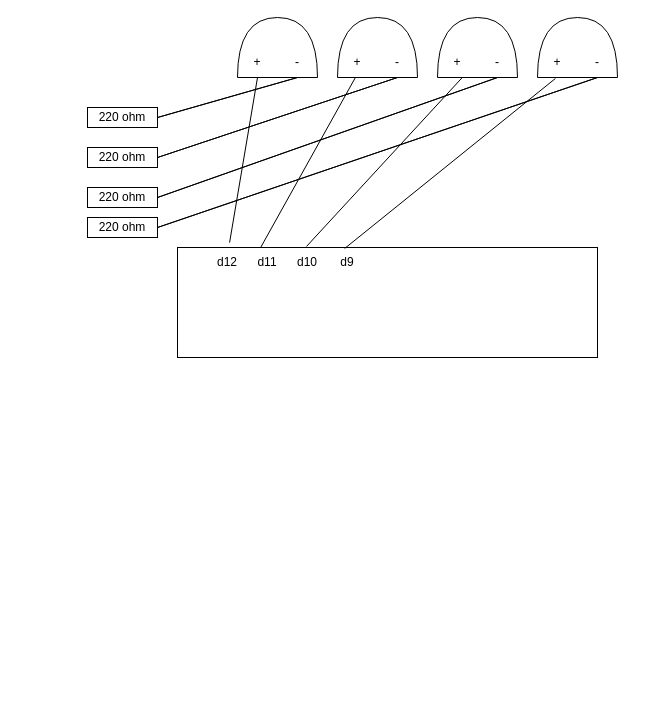
Before: stap 1 circuit/schakeling.drawio in emmaus-5v/arduino-5vc-fabian-david, a draw.io diagram. Source tidied: cells renumbered, new cells numbered last; positions are measured from the earlier drawing's top-left corner, leaving out a move shared by most shapes. Both pictures are drawn from the tidied source at 100%, with x=0, y=0 at pixel (87, 7).
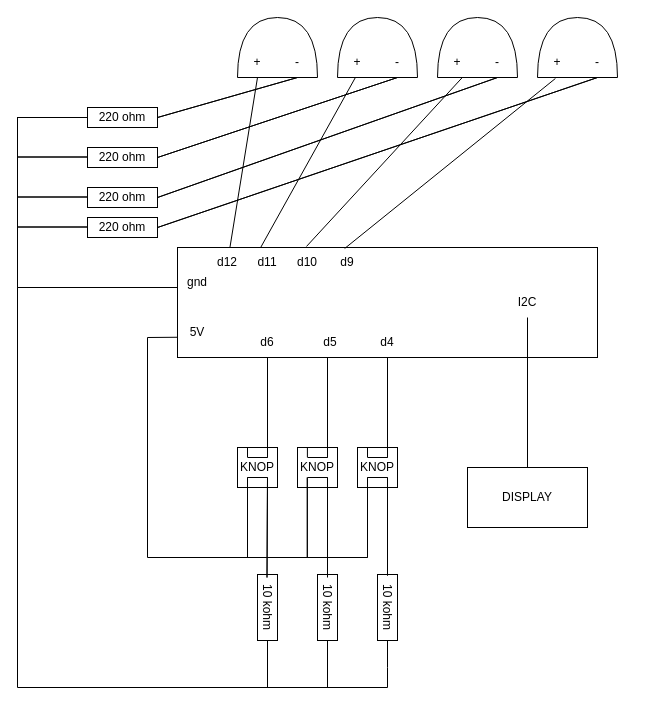
The same page after the edit.

The change refers to these unchanged cells:
```xml
<mxCell id="2" style="rounded=0;whiteSpace=wrap;html=1;" parent="1" vertex="1">
  <mxGeometry x="90" y="240" width="420" height="110" as="geometry" />
</mxCell>
<mxCell id="3" style="shape=or;whiteSpace=wrap;html=1;rotation=-90;" parent="1" vertex="1">
  <mxGeometry x="160" width="60" height="80" as="geometry" />
</mxCell>
<mxCell id="5" value="d12&lt;br&gt;" style="text;html=1;strokeColor=none;fillColor=none;align=center;verticalAlign=middle;whiteSpace=wrap;rounded=0;" parent="1" vertex="1">
  <mxGeometry x="110" y="240" width="60" height="30" as="geometry" />
</mxCell>
```

The edit, as a diff of the source:
```diff
@@
-    <mxCell id="4" style="endArrow=none;html=1;rounded=0;entryX=0;entryY=0.25;entryDx=0;entryDy=0;entryPerimeter=0;exitX=0.124;exitY=-0.045;exitDx=0;exitDy=0;exitPerimeter=0;" parent="1" edge="1" source="2" target="3">
+    <mxCell id="4" style="endArrow=none;html=1;rounded=0;entryX=0;entryY=0.25;entryDx=0;entryDy=0;entryPerimeter=0;" parent="1" edge="1" source="5" target="3">
       <mxGeometry relative="1" as="geometry" />
     </mxCell>
@@
+    <mxCell id="31" style="endArrow=none;html=1;rounded=0;entryX=1;entryY=1;entryDx=0;entryDy=0;exitX=0;exitY=0.75;exitDx=0;exitDy=0;exitPerimeter=0;" parent="1" edge="1">
+      <mxGeometry relative="1" as="geometry">
+        <mxPoint y="110" as="sourcePoint" />
+        <mxPoint y="110" as="targetPoint" />
+        <Array as="points">
+          <mxPoint x="-70" y="110" />
+        </Array>
+      </mxGeometry>
+    </mxCell>
+    <mxCell id="32" style="endArrow=none;html=1;rounded=0;entryX=1;entryY=1;entryDx=0;entryDy=0;exitX=0;exitY=0.75;exitDx=0;exitDy=0;exitPerimeter=0;" parent="1" edge="1">
+      <mxGeometry relative="1" as="geometry">
+        <mxPoint y="149.5" as="sourcePoint" />
+        <mxPoint y="149.5" as="targetPoint" />
+        <Array as="points">
+          <mxPoint x="-70" y="149.5" />
+        </Array>
+      </mxGeometry>
+    </mxCell>
+    <mxCell id="33" style="endArrow=none;html=1;rounded=0;entryX=1;entryY=1;entryDx=0;entryDy=0;exitX=0;exitY=0.75;exitDx=0;exitDy=0;exitPerimeter=0;" parent="1" edge="1">
+      <mxGeometry relative="1" as="geometry">
+        <mxPoint y="189.5" as="sourcePoint" />
+        <mxPoint y="189.5" as="targetPoint" />
+        <Array as="points">
+          <mxPoint x="-70" y="189.5" />
+        </Array>
+      </mxGeometry>
+    </mxCell>
+    <mxCell id="34" style="endArrow=none;html=1;rounded=0;entryX=1;entryY=1;entryDx=0;entryDy=0;exitX=0;exitY=0.75;exitDx=0;exitDy=0;exitPerimeter=0;" parent="1" edge="1">
+      <mxGeometry relative="1" as="geometry">
+        <mxPoint y="219.5" as="sourcePoint" />
+        <mxPoint y="219.5" as="targetPoint" />
+        <Array as="points">
+          <mxPoint x="-70" y="219.5" />
+        </Array>
+      </mxGeometry>
+    </mxCell>
+    <mxCell id="35" style="endArrow=none;html=1;rounded=0;entryX=1;entryY=1;entryDx=0;entryDy=0;exitX=0;exitY=0.75;exitDx=0;exitDy=0;exitPerimeter=0;" parent="1" edge="1">
+      <mxGeometry relative="1" as="geometry">
+        <mxPoint x="-70" y="109.5" as="sourcePoint" />
+        <mxPoint x="-70" y="109.5" as="targetPoint" />
+        <Array as="points">
+          <mxPoint x="-70" y="280" />
+        </Array>
+      </mxGeometry>
+    </mxCell>
+    <mxCell id="36" style="endArrow=none;html=1;rounded=0;entryX=1;entryY=1;entryDx=0;entryDy=0;exitX=0;exitY=0.75;exitDx=0;exitDy=0;exitPerimeter=0;" parent="1" edge="1">
+      <mxGeometry relative="1" as="geometry">
+        <mxPoint x="-70" y="280" as="sourcePoint" />
+        <mxPoint x="-70" y="280" as="targetPoint" />
+        <Array as="points">
+          <mxPoint x="90" y="280" />
+        </Array>
+      </mxGeometry>
+    </mxCell>
+    <mxCell id="37" value="gnd" style="text;html=1;strokeColor=none;fillColor=none;align=center;verticalAlign=middle;whiteSpace=wrap;rounded=0;" parent="1" vertex="1">
+      <mxGeometry x="80" y="260" width="60" height="30" as="geometry" />
+    </mxCell>
+    <mxCell id="38" value="d6" style="text;html=1;strokeColor=none;fillColor=none;align=center;verticalAlign=middle;whiteSpace=wrap;rounded=0;" parent="1" vertex="1">
+      <mxGeometry x="150" y="320" width="60" height="30" as="geometry" />
+    </mxCell>
+    <mxCell id="39" value="d5" style="text;html=1;strokeColor=none;fillColor=none;align=center;verticalAlign=middle;whiteSpace=wrap;rounded=0;" parent="1" vertex="1">
+      <mxGeometry x="213" y="320" width="60" height="30" as="geometry" />
+    </mxCell>
+    <mxCell id="40" value="d4" style="text;html=1;strokeColor=none;fillColor=none;align=center;verticalAlign=middle;whiteSpace=wrap;rounded=0;" parent="1" vertex="1">
+      <mxGeometry x="270" y="320" width="60" height="30" as="geometry" />
+    </mxCell>
+    <mxCell id="41" style="endArrow=none;html=1;rounded=0;exitX=1;exitY=0.5;exitDx=0;exitDy=0;" parent="1" edge="1" source="49">
+      <mxGeometry relative="1" as="geometry">
+        <mxPoint x="180" y="680" as="targetPoint" />
+      </mxGeometry>
+    </mxCell>
+    <mxCell id="42" style="endArrow=none;html=1;rounded=0;exitX=1;exitY=0.5;exitDx=0;exitDy=0;" parent="1" edge="1" source="50">
+      <mxGeometry relative="1" as="geometry">
+        <mxPoint x="240" y="680" as="targetPoint" />
+      </mxGeometry>
+    </mxCell>
+    <mxCell id="43" style="endArrow=none;html=1;rounded=0;exitX=1;exitY=0.5;exitDx=0;exitDy=0;" parent="1" edge="1" source="51">
+      <mxGeometry relative="1" as="geometry">
+        <mxPoint x="300" y="680" as="targetPoint" />
+        <Array as="points">
+          <mxPoint x="300" y="660" />
+        </Array>
+      </mxGeometry>
+    </mxCell>
+    <mxCell id="44" style="endArrow=none;html=1;rounded=0;" parent="1" edge="1">
+      <mxGeometry relative="1" as="geometry">
+        <mxPoint x="300" y="680" as="sourcePoint" />
+        <mxPoint x="-70" y="680" as="targetPoint" />
+      </mxGeometry>
+    </mxCell>
+    <mxCell id="45" style="endArrow=none;html=1;rounded=0;" parent="1" edge="1">
+      <mxGeometry relative="1" as="geometry">
+        <mxPoint x="-70" y="280" as="sourcePoint" />
+        <mxPoint x="-70" y="680" as="targetPoint" />
+      </mxGeometry>
+    </mxCell>
+    <mxCell id="46" value="KNOP" style="rounded=0;whiteSpace=wrap;html=1;" parent="1" vertex="1">
+      <mxGeometry x="150" y="440" width="40" height="40" as="geometry" />
+    </mxCell>
+    <mxCell id="47" value="KNOP" style="rounded=0;whiteSpace=wrap;html=1;" parent="1" vertex="1">
+      <mxGeometry x="210" y="440" width="40" height="40" as="geometry" />
+    </mxCell>
+    <mxCell id="48" value="KNOP" style="rounded=0;whiteSpace=wrap;html=1;" parent="1" vertex="1">
+      <mxGeometry x="270" y="440" width="40" height="40" as="geometry" />
+    </mxCell>
+    <mxCell id="49" value="10 kohm" style="rounded=0;whiteSpace=wrap;html=1;rotation=90;" parent="1" vertex="1">
+      <mxGeometry x="147" y="590" width="66" height="20" as="geometry" />
+    </mxCell>
+    <mxCell id="50" value="10 kohm" style="rounded=0;whiteSpace=wrap;html=1;rotation=90;" parent="1" vertex="1">
+      <mxGeometry x="207" y="590" width="66" height="20" as="geometry" />
+    </mxCell>
+    <mxCell id="51" value="10 kohm" style="rounded=0;whiteSpace=wrap;html=1;rotation=90;" parent="1" vertex="1">
+      <mxGeometry x="267" y="590" width="66" height="20" as="geometry" />
+    </mxCell>
+    <mxCell id="52" style="endArrow=none;html=1;rounded=0;" parent="1" edge="1">
+      <mxGeometry relative="1" as="geometry">
+        <mxPoint x="160" y="470" as="sourcePoint" />
+        <mxPoint x="180" y="470" as="targetPoint" />
+      </mxGeometry>
+    </mxCell>
+    <mxCell id="53" style="endArrow=none;html=1;rounded=0;entryX=1;entryY=1;entryDx=0;entryDy=0;exitX=0;exitY=0.75;exitDx=0;exitDy=0;exitPerimeter=0;" parent="1" edge="1">
+      <mxGeometry relative="1" as="geometry">
+        <mxPoint x="179.5" y="570" as="sourcePoint" />
+        <mxPoint x="179.5" y="570" as="targetPoint" />
+        <Array as="points">
+          <mxPoint x="180" y="470" />
+        </Array>
+      </mxGeometry>
+    </mxCell>
+    <mxCell id="54" style="endArrow=none;html=1;rounded=0;exitX=0;exitY=0.75;exitDx=0;exitDy=0;exitPerimeter=0;" parent="1" edge="1">
+      <mxGeometry relative="1" as="geometry">
+        <mxPoint x="240" y="570" as="sourcePoint" />
+        <mxPoint x="240" y="480" as="targetPoint" />
+        <Array as="points">
+          <mxPoint x="240" y="480" />
+          <mxPoint x="240" y="470" />
+        </Array>
+      </mxGeometry>
+    </mxCell>
+    <mxCell id="55" style="endArrow=none;html=1;rounded=0;entryX=1;entryY=1;entryDx=0;entryDy=0;exitX=0;exitY=0.75;exitDx=0;exitDy=0;exitPerimeter=0;" parent="1" edge="1">
+      <mxGeometry relative="1" as="geometry">
+        <mxPoint x="300" y="568" as="sourcePoint" />
+        <mxPoint x="300" y="568" as="targetPoint" />
+        <Array as="points">
+          <mxPoint x="300" y="470" />
+        </Array>
+      </mxGeometry>
+    </mxCell>
+    <mxCell id="56" style="endArrow=none;html=1;rounded=0;entryX=1;entryY=1;entryDx=0;entryDy=0;exitX=0;exitY=0.75;exitDx=0;exitDy=0;exitPerimeter=0;" parent="1" edge="1">
+      <mxGeometry relative="1" as="geometry">
+        <mxPoint x="180" y="350" as="sourcePoint" />
+        <mxPoint x="180" y="350" as="targetPoint" />
+        <Array as="points">
+          <mxPoint x="180" y="450" />
+        </Array>
+      </mxGeometry>
+    </mxCell>
+    <mxCell id="57" style="endArrow=none;html=1;rounded=0;entryX=1;entryY=1;entryDx=0;entryDy=0;exitX=0;exitY=0.75;exitDx=0;exitDy=0;exitPerimeter=0;" parent="1" edge="1">
+      <mxGeometry relative="1" as="geometry">
+        <mxPoint x="240" y="350" as="sourcePoint" />
+        <mxPoint x="240" y="350" as="targetPoint" />
+        <Array as="points">
+          <mxPoint x="240" y="450" />
+        </Array>
+      </mxGeometry>
+    </mxCell>
+    <mxCell id="58" style="endArrow=none;html=1;rounded=0;entryX=1;entryY=1;entryDx=0;entryDy=0;exitX=0;exitY=0.75;exitDx=0;exitDy=0;exitPerimeter=0;" parent="1" edge="1">
+      <mxGeometry relative="1" as="geometry">
+        <mxPoint x="300" y="350" as="sourcePoint" />
+        <mxPoint x="300" y="350" as="targetPoint" />
+        <Array as="points">
+          <mxPoint x="300" y="450" />
+        </Array>
+      </mxGeometry>
+    </mxCell>
+    <mxCell id="59" style="endArrow=none;html=1;rounded=0;" parent="1" edge="1">
+      <mxGeometry relative="1" as="geometry">
+        <mxPoint x="160" y="450" as="sourcePoint" />
+        <mxPoint x="180" y="450" as="targetPoint" />
+      </mxGeometry>
+    </mxCell>
+    <mxCell id="60" style="endArrow=none;html=1;rounded=0;" parent="1" edge="1">
+      <mxGeometry relative="1" as="geometry">
+        <mxPoint x="220" y="450" as="sourcePoint" />
+        <mxPoint x="240" y="450" as="targetPoint" />
+      </mxGeometry>
+    </mxCell>
+    <mxCell id="61" style="endArrow=none;html=1;rounded=0;" parent="1" edge="1">
+      <mxGeometry relative="1" as="geometry">
+        <mxPoint x="220" y="470" as="sourcePoint" />
+        <mxPoint x="240" y="470" as="targetPoint" />
+      </mxGeometry>
+    </mxCell>
+    <mxCell id="62" style="endArrow=none;html=1;rounded=0;" parent="1" edge="1">
+      <mxGeometry relative="1" as="geometry">
+        <mxPoint x="280" y="470" as="sourcePoint" />
+        <mxPoint x="300" y="470" as="targetPoint" />
+      </mxGeometry>
+    </mxCell>
+    <mxCell id="63" style="endArrow=none;html=1;rounded=0;" parent="1" edge="1">
+      <mxGeometry relative="1" as="geometry">
+        <mxPoint x="280" y="450" as="sourcePoint" />
+        <mxPoint x="300" y="450" as="targetPoint" />
+      </mxGeometry>
+    </mxCell>
+    <mxCell id="64" style="endArrow=none;html=1;rounded=0;" parent="1" edge="1">
+      <mxGeometry relative="1" as="geometry">
+        <mxPoint x="160" y="440" as="sourcePoint" />
+        <mxPoint x="160" y="449.8" as="targetPoint" />
+      </mxGeometry>
+    </mxCell>
+    <mxCell id="65" style="endArrow=none;html=1;rounded=0;" parent="1" edge="1">
+      <mxGeometry relative="1" as="geometry">
+        <mxPoint x="219.9" y="440" as="sourcePoint" />
+        <mxPoint x="219.9" y="449.8" as="targetPoint" />
+      </mxGeometry>
+    </mxCell>
+    <mxCell id="66" style="endArrow=none;html=1;rounded=0;" parent="1" edge="1">
+      <mxGeometry relative="1" as="geometry">
+        <mxPoint x="280" y="440" as="sourcePoint" />
+        <mxPoint x="280" y="449.8" as="targetPoint" />
+      </mxGeometry>
+    </mxCell>
+    <mxCell id="67" style="endArrow=none;html=1;rounded=0;entryX=1;entryY=1;entryDx=0;entryDy=0;exitX=0;exitY=0.75;exitDx=0;exitDy=0;exitPerimeter=0;" parent="1" edge="1">
+      <mxGeometry relative="1" as="geometry">
+        <mxPoint x="160" y="550" as="sourcePoint" />
+        <mxPoint x="160" y="550" as="targetPoint" />
+        <Array as="points">
+          <mxPoint x="160" y="470" />
+        </Array>
+      </mxGeometry>
+    </mxCell>
+    <mxCell id="68" style="endArrow=none;html=1;rounded=0;entryX=1;entryY=1;entryDx=0;entryDy=0;exitX=0;exitY=0.75;exitDx=0;exitDy=0;exitPerimeter=0;" parent="1" edge="1">
+      <mxGeometry relative="1" as="geometry">
+        <mxPoint x="219.8" y="550" as="sourcePoint" />
+        <mxPoint x="219.8" y="550" as="targetPoint" />
+        <Array as="points">
+          <mxPoint x="219.8" y="470" />
+        </Array>
+      </mxGeometry>
+    </mxCell>
+    <mxCell id="69" style="endArrow=none;html=1;rounded=0;entryX=1;entryY=1;entryDx=0;entryDy=0;exitX=0;exitY=0.75;exitDx=0;exitDy=0;exitPerimeter=0;" parent="1" edge="1">
+      <mxGeometry relative="1" as="geometry">
+        <mxPoint x="280" y="550" as="sourcePoint" />
+        <mxPoint x="280" y="550" as="targetPoint" />
+        <Array as="points">
+          <mxPoint x="280" y="470" />
+        </Array>
+      </mxGeometry>
+    </mxCell>
+    <mxCell id="70" style="endArrow=none;html=1;rounded=0;" parent="1" edge="1">
+      <mxGeometry relative="1" as="geometry">
+        <mxPoint x="60" y="550" as="sourcePoint" />
+        <mxPoint x="280" y="550" as="targetPoint" />
+      </mxGeometry>
+    </mxCell>
+    <mxCell id="71" style="endArrow=none;html=1;rounded=0;" parent="1" edge="1">
+      <mxGeometry relative="1" as="geometry">
+        <mxPoint x="60" y="550" as="sourcePoint" />
+        <mxPoint x="60" y="330" as="targetPoint" />
+      </mxGeometry>
+    </mxCell>
+    <mxCell id="72" style="endArrow=none;html=1;rounded=0;entryX=0;entryY=0.816;entryDx=0;entryDy=0;entryPerimeter=0;" parent="1" edge="1" target="2">
+      <mxGeometry relative="1" as="geometry">
+        <mxPoint x="60" y="330" as="sourcePoint" />
+      </mxGeometry>
+    </mxCell>
+    <mxCell id="73" value="5V" style="text;html=1;strokeColor=none;fillColor=none;align=center;verticalAlign=middle;whiteSpace=wrap;rounded=0;" parent="1" vertex="1">
+      <mxGeometry x="80" y="310" width="60" height="30" as="geometry" />
+    </mxCell>
+    <mxCell id="74" value="I2C" style="text;html=1;strokeColor=none;fillColor=none;align=center;verticalAlign=middle;whiteSpace=wrap;rounded=0;" parent="1" vertex="1">
+      <mxGeometry x="410" y="280" width="60" height="30" as="geometry" />
+    </mxCell>
+    <mxCell id="75" style="endArrow=none;html=1;rounded=0;exitX=0.5;exitY=1;exitDx=0;exitDy=0;" parent="1" edge="1" source="74" target="76">
+      <mxGeometry relative="1" as="geometry" />
+    </mxCell>
+    <mxCell id="76" value="DISPLAY" style="rounded=0;whiteSpace=wrap;html=1;" parent="1" vertex="1">
+      <mxGeometry x="380" y="460" width="120" height="60" as="geometry" />
+    </mxCell>
```
